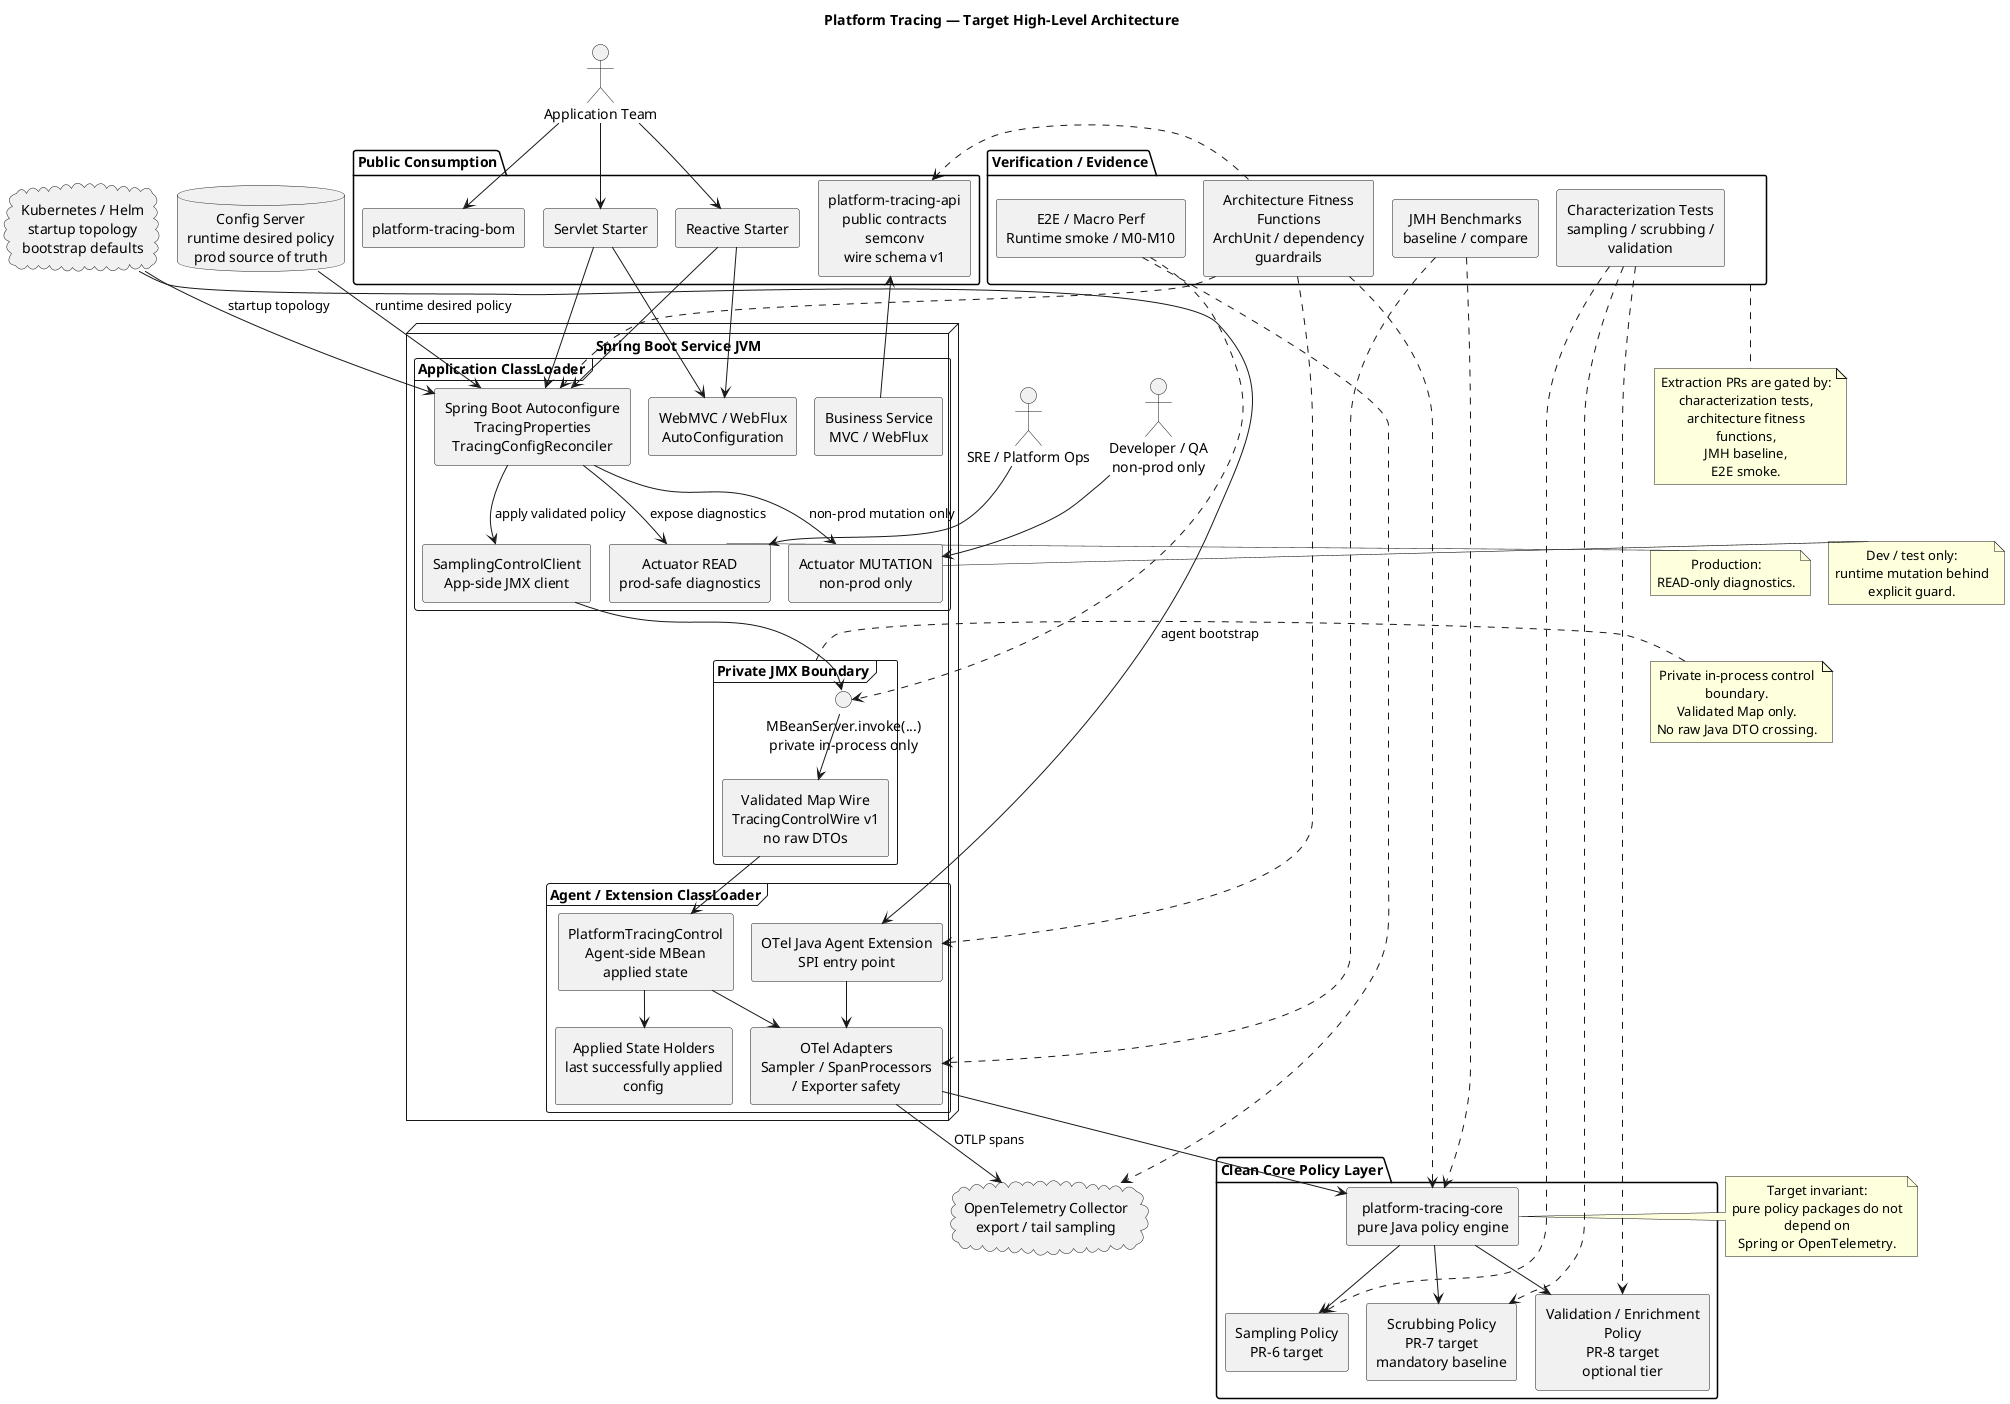
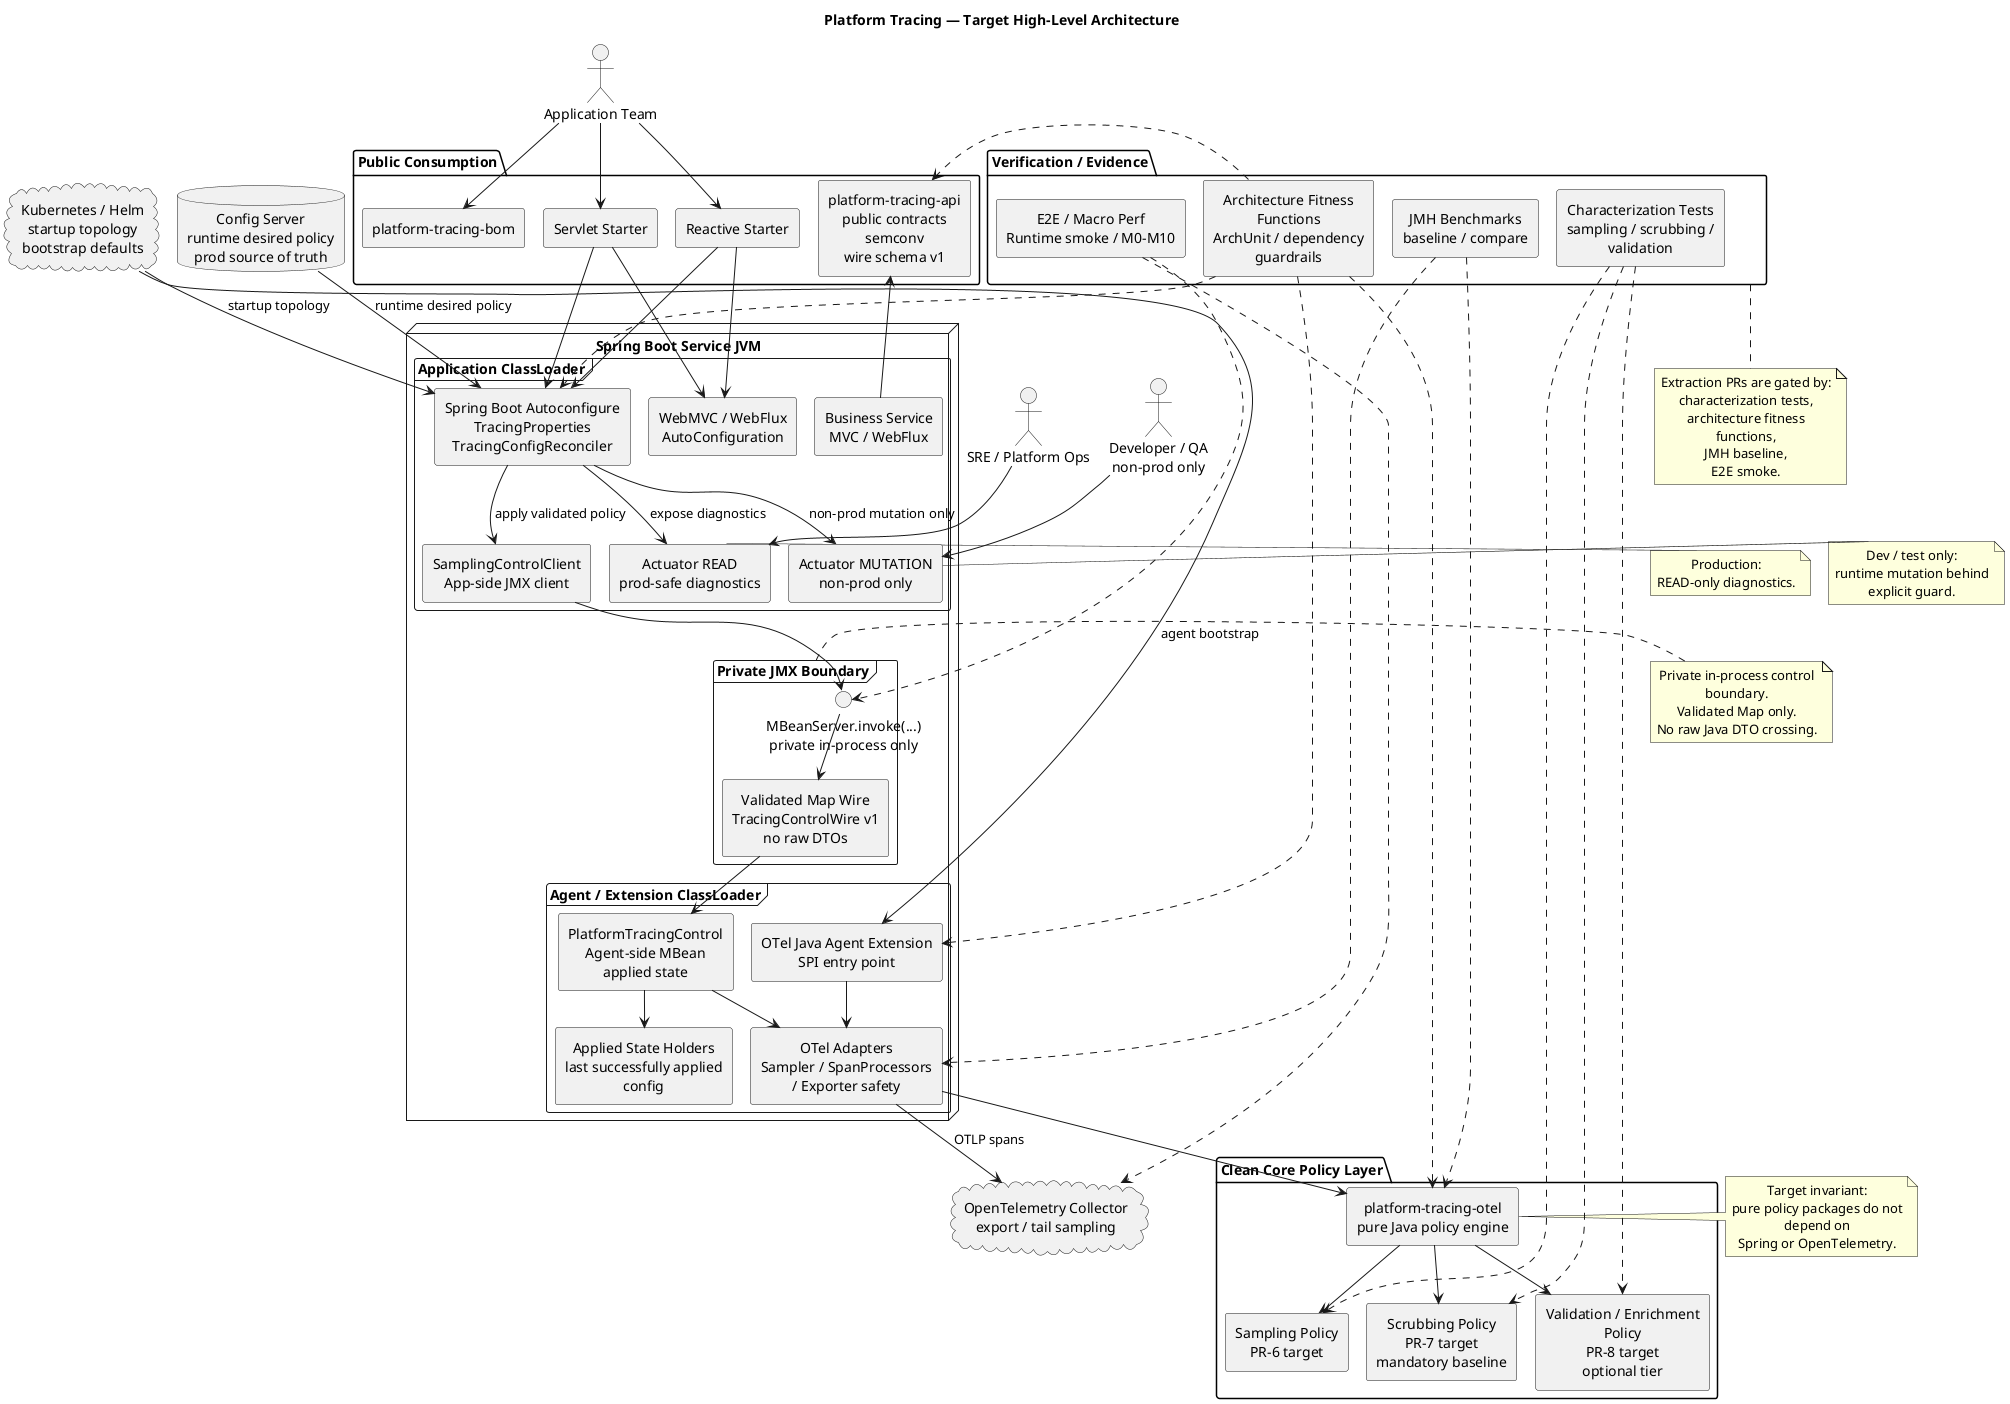
@startuml
!pragma layout smetana

skinparam componentStyle rectangle
skinparam shadowing false
skinparam wrapWidth 180
skinparam defaultTextAlignment center

title Platform Tracing — Target High-Level Architecture

actor "Application Team" as AppTeam
actor "SRE / Platform Ops" as SRE
actor "Developer / QA\nnon-prod only" as Dev

cloud "Kubernetes / Helm\nstartup topology\nbootstrap defaults" as Helm
database "Config Server\nruntime desired policy\nprod source of truth" as ConfigServer
cloud "OpenTelemetry Collector\nexport / tail sampling" as Collector

package "Public Consumption" {
  component "platform-tracing-bom" as BOM
  component "platform-tracing-api\npublic contracts\nsemconv\nwire schema v1" as API
  component "Servlet Starter" as ServletStarter
  component "Reactive Starter" as ReactiveStarter
}

node "Spring Boot Service JVM" {

  frame "Application ClassLoader" as AppCL {
    component "Business Service\nMVC / WebFlux" as App
    component "Spring Boot Autoconfigure\nTracingProperties\nTracingConfigReconciler" as AutoConfig
    component "WebMVC / WebFlux\nAutoConfiguration" as WebAuto
    component "Actuator READ\nprod-safe diagnostics" as ActuatorRead
    component "Actuator MUTATION\nnon-prod only" as ActuatorMutation
    component "SamplingControlClient\nApp-side JMX client" as SamplingClient
  }

  frame "Private JMX Boundary" as JMXBoundary {
    component "Validated Map Wire\nTracingControlWire v1\nno raw DTOs" as Wire
    interface "MBeanServer.invoke(...)\nprivate in-process only" as JMX
  }

  frame "Agent / Extension ClassLoader" as AgentCL {
    component "OTel Java Agent Extension\nSPI entry point" as Extension
    component "OTel Adapters\nSampler / SpanProcessors / Exporter safety" as Adapters
    component "PlatformTracingControl\nAgent-side MBean\napplied state" as Control
    component "Applied State Holders\nlast successfully applied config" as AppliedState
  }
}

package "Clean Core Policy Layer" as CoreLayer {
-   component "platform-tracing-core\npure Java policy engine" as Core
+   component "platform-tracing-otel\npure Java policy engine" as Core
  component "Sampling Policy\nPR-6 target" as SamplingPolicy
  component "Scrubbing Policy\nPR-7 target\nmandatory baseline" as ScrubbingPolicy
  component "Validation / Enrichment Policy\nPR-8 target\noptional tier" as ValidationPolicy
}

package "Verification / Evidence" as Verification {
  component "Architecture Fitness Functions\nArchUnit / dependency guardrails" as Fitness
  component "Characterization Tests\nsampling / scrubbing / validation" as Characterization
  component "JMH Benchmarks\nbaseline / compare" as JMHBench
  component "E2E / Macro Perf\nRuntime smoke / M0-M10" as Evidence
}

AppTeam --> BOM
AppTeam --> ServletStarter
AppTeam --> ReactiveStarter
ServletStarter --> AutoConfig
ReactiveStarter --> AutoConfig
ServletStarter --> WebAuto
ReactiveStarter --> WebAuto
App --> API

Helm --> AutoConfig : startup topology
Helm --> Extension : agent bootstrap
ConfigServer --> AutoConfig : runtime desired policy

AutoConfig --> SamplingClient : apply validated policy
AutoConfig --> ActuatorRead : expose diagnostics
AutoConfig --> ActuatorMutation : non-prod mutation only

SRE --> ActuatorRead
Dev --> ActuatorMutation

SamplingClient --> JMX
JMX --> Wire
Wire --> Control
Control --> AppliedState
Control --> Adapters

Extension --> Adapters
Adapters --> Core
Core --> SamplingPolicy
Core --> ScrubbingPolicy
Core --> ValidationPolicy

Adapters --> Collector : OTLP spans

Fitness ..> API
Fitness ..> AutoConfig
Fitness ..> Extension
Fitness ..> Core

Characterization ..> SamplingPolicy
Characterization ..> ScrubbingPolicy
Characterization ..> ValidationPolicy

JMHBench ..> Adapters
JMHBench ..> Core
Evidence ..> JMX
Evidence ..> Collector

note right of Core
Target invariant:
pure policy packages do not depend on
Spring or OpenTelemetry.
end note

note right of JMXBoundary
Private in-process control boundary.
Validated Map only.
No raw Java DTO crossing.
end note

note right of ActuatorRead
Production:
READ-only diagnostics.
end note

note right of ActuatorMutation
Dev / test only:
runtime mutation behind explicit guard.
end note

note bottom of Verification
Extraction PRs are gated by:
characterization tests,
architecture fitness functions,
JMH baseline,
E2E smoke.
end note

- @enduml+ @enduml
